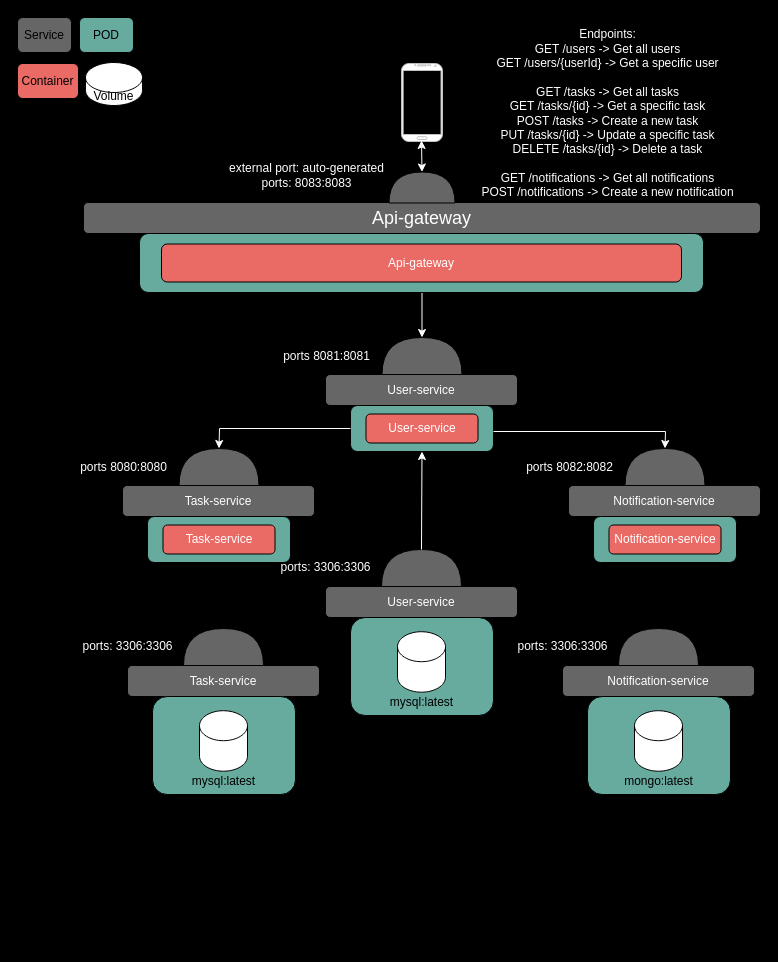
Earlier version of the draw.io diagram taskmanagementdiagram.drawio (MKeersmaekers/project_task_management). Source tidied: cells renumbered, new cells numbered last; positions are measured from the earlier drawing's top-left corner, leaving out a move shared by most shapes. Both pictures are drawn from the tidied source at 100%, with x=0, y=0 at pixel (17, 17).
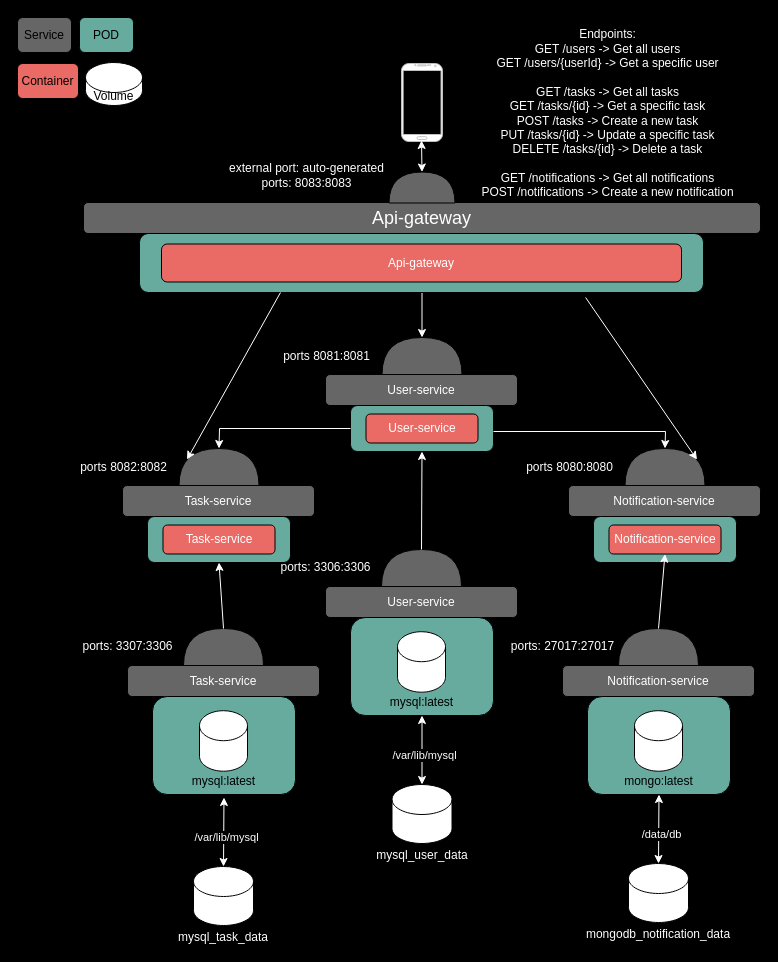
After the change.

The change refers to these unchanged cells:
```xml
<mxCell id="11" style="rounded=1;whiteSpace=wrap;html=1;fillColor=#67AB9F;" parent="1" vertex="1">
  <mxGeometry x="122" y="216" width="564" height="59" as="geometry" />
</mxCell>
<mxCell id="24" value="&lt;div&gt;&lt;br&gt;&lt;/div&gt;&lt;div&gt;&lt;br&gt;&lt;/div&gt;&lt;div&gt;&lt;br&gt;&lt;/div&gt;&lt;div&gt;&lt;br&gt;&lt;/div&gt;&lt;div&gt;&lt;br&gt;&lt;/div&gt;&lt;div&gt;mysql:latest&lt;br&gt;&lt;/div&gt;" style="rounded=1;whiteSpace=wrap;html=1;fillColor=#67AB9F;" parent="1" vertex="1">
  <mxGeometry x="333" y="600" width="143" height="98" as="geometry" />
</mxCell>
<mxCell id="28" style="shape=or;whiteSpace=wrap;html=1;direction=north;fillColor=#666666;" parent="1" vertex="1">
  <mxGeometry x="601" y="611" width="80" height="37" as="geometry" />
</mxCell>
<mxCell id="33" style="shape=or;whiteSpace=wrap;html=1;direction=north;fillColor=#666666;" parent="1" vertex="1">
  <mxGeometry x="166" y="611" width="80" height="37" as="geometry" />
</mxCell>
<mxCell id="39" style="shape=or;whiteSpace=wrap;html=1;direction=north;fillColor=#666666;" parent="1" vertex="1">
  <mxGeometry x="607.5" y="431" width="80" height="37" as="geometry" />
</mxCell>
<mxCell id="44" style="shape=or;whiteSpace=wrap;html=1;direction=north;fillColor=#666666;" parent="1" vertex="1">
  <mxGeometry x="161.5" y="431" width="80" height="37" as="geometry" />
</mxCell>
<mxCell id="45" style="rounded=1;whiteSpace=wrap;html=1;fillColor=#67AB9F;" parent="1" vertex="1">
  <mxGeometry x="130" y="499" width="143" height="46" as="geometry" />
</mxCell>
```

The edit, as a diff of the source:
```diff
@@
-    <mxCell id="32" value="&lt;font color=&quot;#ffffff&quot;&gt;ports: 3306:3306&lt;/font&gt;" style="text;html=1;strokeColor=none;fillColor=none;align=center;verticalAlign=middle;whiteSpace=wrap;rounded=0;" parent="1" vertex="1">
+    <mxCell id="32" value="&lt;font color=&quot;#ffffff&quot;&gt;ports: 27017:27017&lt;br&gt;&lt;/font&gt;" style="text;html=1;strokeColor=none;fillColor=none;align=center;verticalAlign=middle;whiteSpace=wrap;rounded=0;" parent="1" vertex="1">
       <mxGeometry x="489" y="613" width="112.5" height="31.5" as="geometry" />
     </mxCell>
@@
-    <mxCell id="37" value="&lt;font color=&quot;#ffffff&quot;&gt;ports: 3306:3306&lt;/font&gt;" style="text;html=1;strokeColor=none;fillColor=none;align=center;verticalAlign=middle;whiteSpace=wrap;rounded=0;" parent="1" vertex="1">
+    <mxCell id="37" value="&lt;font color=&quot;#ffffff&quot;&gt;ports: 3307:3306&lt;/font&gt;" style="text;html=1;strokeColor=none;fillColor=none;align=center;verticalAlign=middle;whiteSpace=wrap;rounded=0;" parent="1" vertex="1">
       <mxGeometry x="54" y="613" width="112.5" height="31.5" as="geometry" />
     </mxCell>
@@
-    <mxCell id="42" value="&lt;font color=&quot;#ffffff&quot;&gt;ports 8082:8082&lt;/font&gt;" style="text;html=1;strokeColor=none;fillColor=none;align=center;verticalAlign=middle;whiteSpace=wrap;rounded=0;" parent="1" vertex="1">
+    <mxCell id="42" value="&lt;font color=&quot;#ffffff&quot;&gt;ports 8080:8080&lt;/font&gt;" style="text;html=1;strokeColor=none;fillColor=none;align=center;verticalAlign=middle;whiteSpace=wrap;rounded=0;" parent="1" vertex="1">
       <mxGeometry x="500" y="434.5" width="105" height="30" as="geometry" />
     </mxCell>
@@
-    <mxCell id="47" value="&lt;font color=&quot;#ffffff&quot;&gt;ports 8080:8080&lt;/font&gt;" style="text;html=1;strokeColor=none;fillColor=none;align=center;verticalAlign=middle;whiteSpace=wrap;rounded=0;" parent="1" vertex="1">
+    <mxCell id="47" value="&lt;font color=&quot;#ffffff&quot;&gt;ports 8082:8082&lt;/font&gt;" style="text;html=1;strokeColor=none;fillColor=none;align=center;verticalAlign=middle;whiteSpace=wrap;rounded=0;" parent="1" vertex="1">
       <mxGeometry x="54" y="434.5" width="105" height="30" as="geometry" />
     </mxCell>
@@
+    <mxCell id="50" value="&lt;div&gt;&lt;br&gt;&lt;/div&gt;&lt;div&gt;&lt;br&gt;&lt;/div&gt;&lt;div&gt;&lt;br&gt;&lt;/div&gt;&lt;div&gt;&lt;br&gt;&lt;/div&gt;&lt;div&gt;&lt;font color=&quot;#ffffff&quot;&gt;mysql_user_data&lt;/font&gt;&lt;br&gt;&lt;/div&gt;" style="shape=cylinder3;whiteSpace=wrap;html=1;boundedLbl=1;backgroundOutline=1;size=15;" parent="1" vertex="1">
+      <mxGeometry x="374.5" y="767" width="60" height="59" as="geometry" />
+    </mxCell>
+    <mxCell id="51" style="endArrow=classic;startArrow=classic;html=1;rounded=0;entryX=0.5;entryY=1;entryDx=0;entryDy=0;exitX=0.5;exitY=0;exitDx=0;exitDy=0;exitPerimeter=0;strokeColor=#FFFFFF;" parent="1" edge="1" source="50" target="24">
+      <mxGeometry relative="1" as="geometry" />
+    </mxCell>
+    <mxCell id="52" value="&lt;div&gt;/var/lib/mysql&lt;/div&gt;" style="edgeLabel;html=1;align=center;verticalAlign=middle;labelBackgroundColor=#000000;fontColor=#FFFFFF;" parent="51" vertex="1">
+      <mxGeometry x="-0.13" y="-1" relative="1" as="geometry">
+        <mxPoint x="1" as="offset" />
+      </mxGeometry>
+    </mxCell>
+    <mxCell id="53" value="&lt;div&gt;&lt;br&gt;&lt;/div&gt;&lt;div&gt;&lt;br&gt;&lt;/div&gt;&lt;div&gt;&lt;br&gt;&lt;/div&gt;&lt;div&gt;&lt;br&gt;&lt;/div&gt;&lt;div&gt;&lt;font color=&quot;#ffffff&quot;&gt;mysql_task_data&lt;/font&gt;&lt;/div&gt;" style="shape=cylinder3;whiteSpace=wrap;html=1;boundedLbl=1;backgroundOutline=1;size=15;" parent="1" vertex="1">
+      <mxGeometry x="176" y="849" width="60" height="59" as="geometry" />
+    </mxCell>
+    <mxCell id="54" style="endArrow=classic;startArrow=classic;html=1;rounded=0;entryX=0.5;entryY=1;entryDx=0;entryDy=0;exitX=0.5;exitY=0;exitDx=0;exitDy=0;exitPerimeter=0;strokeColor=#FFFFFF;" parent="1" edge="1" source="53">
+      <mxGeometry relative="1" as="geometry">
+        <mxPoint x="206.5" y="780" as="targetPoint" />
+      </mxGeometry>
+    </mxCell>
+    <mxCell id="55" value="&lt;div&gt;/var/lib/mysql&lt;/div&gt;" style="edgeLabel;html=1;align=center;verticalAlign=middle;labelBackgroundColor=#000000;fontColor=#FFFFFF;" parent="54" vertex="1">
+      <mxGeometry x="-0.13" y="-1" relative="1" as="geometry">
+        <mxPoint x="1" as="offset" />
+      </mxGeometry>
+    </mxCell>
+    <mxCell id="56" value="&lt;div&gt;&lt;font color=&quot;#ffffff&quot;&gt;&lt;br&gt;&lt;/font&gt;&lt;/div&gt;&lt;div&gt;&lt;font color=&quot;#ffffff&quot;&gt;&lt;br&gt;&lt;/font&gt;&lt;/div&gt;&lt;div&gt;&lt;font color=&quot;#ffffff&quot;&gt;&lt;br&gt;&lt;/font&gt;&lt;/div&gt;&lt;div&gt;&lt;font color=&quot;#ffffff&quot;&gt;&lt;br&gt;&lt;/font&gt;&lt;/div&gt;&lt;div&gt;&lt;font color=&quot;#ffffff&quot;&gt;mongodb_notification_data&lt;/font&gt;&lt;br&gt;&lt;/div&gt;" style="shape=cylinder3;whiteSpace=wrap;html=1;boundedLbl=1;backgroundOutline=1;size=15;" parent="1" vertex="1">
+      <mxGeometry x="611" y="846" width="60" height="59" as="geometry" />
+    </mxCell>
+    <mxCell id="57" style="endArrow=classic;startArrow=classic;html=1;rounded=0;entryX=0.5;entryY=1;entryDx=0;entryDy=0;exitX=0.5;exitY=0;exitDx=0;exitDy=0;exitPerimeter=0;strokeColor=#FFFFFF;" parent="1" edge="1" source="56">
+      <mxGeometry relative="1" as="geometry">
+        <mxPoint x="641.5" y="777" as="targetPoint" />
+      </mxGeometry>
+    </mxCell>
+    <mxCell id="58" value="/data/db" style="edgeLabel;html=1;align=center;verticalAlign=middle;labelBackgroundColor=#000000;fontColor=#FFFFFF;" parent="57" vertex="1">
+      <mxGeometry x="-0.13" y="-1" relative="1" as="geometry">
+        <mxPoint x="1" as="offset" />
+      </mxGeometry>
+    </mxCell>
+    <mxCell id="59" style="endArrow=classic;html=1;rounded=0;entryX=0.5;entryY=1;entryDx=0;entryDy=0;exitX=1;exitY=0.5;exitDx=0;exitDy=0;exitPerimeter=0;strokeColor=#FFFFFF;" parent="1" edge="1" source="28">
+      <mxGeometry relative="1" as="geometry">
+        <mxPoint x="647.5" y="536.5" as="targetPoint" />
+      </mxGeometry>
+    </mxCell>
+    <mxCell id="60" style="endArrow=classic;html=1;rounded=0;entryX=0.5;entryY=1;entryDx=0;entryDy=0;exitX=1;exitY=0.5;exitDx=0;exitDy=0;exitPerimeter=0;strokeColor=#FFFFFF;" parent="1" edge="1" source="33" target="45">
+      <mxGeometry relative="1" as="geometry" />
+    </mxCell>
+    <mxCell id="61" style="endArrow=classic;html=1;rounded=0;strokeColor=#FFFFFF;exitX=0.791;exitY=1.085;exitDx=0;exitDy=0;exitPerimeter=0;entryX=0.7;entryY=0.9;entryDx=0;entryDy=0;entryPerimeter=0;" parent="1" edge="1" source="11" target="39">
+      <mxGeometry relative="1" as="geometry" />
+    </mxCell>
+    <mxCell id="62" style="endArrow=classic;html=1;rounded=0;strokeColor=#FFFFFF;exitX=0.25;exitY=1;exitDx=0;exitDy=0;entryX=0.7;entryY=0.1;entryDx=0;entryDy=0;entryPerimeter=0;" parent="1" edge="1" source="11" target="44">
+      <mxGeometry relative="1" as="geometry" />
+    </mxCell>
```
